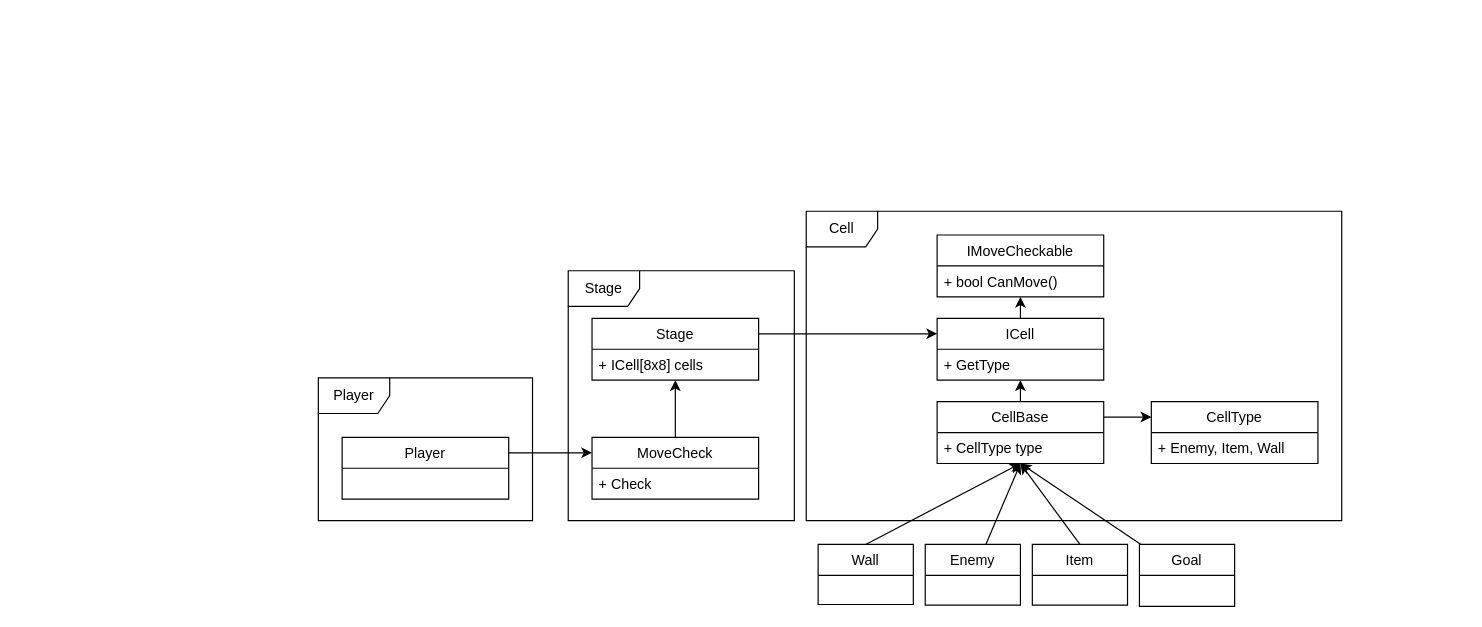
Above: Assets/Document~/設計.drawio in eorfeorf/GameTemplate (draw.io), before the change. Source tidied: cells renumbered, new cells numbered last; positions are measured from the earlier drawing's top-left corner, leaving out a move shared by most shapes. Both pictures are drawn from the tidied source at 119%, with x=0, y=0 at pixel (318, 211).
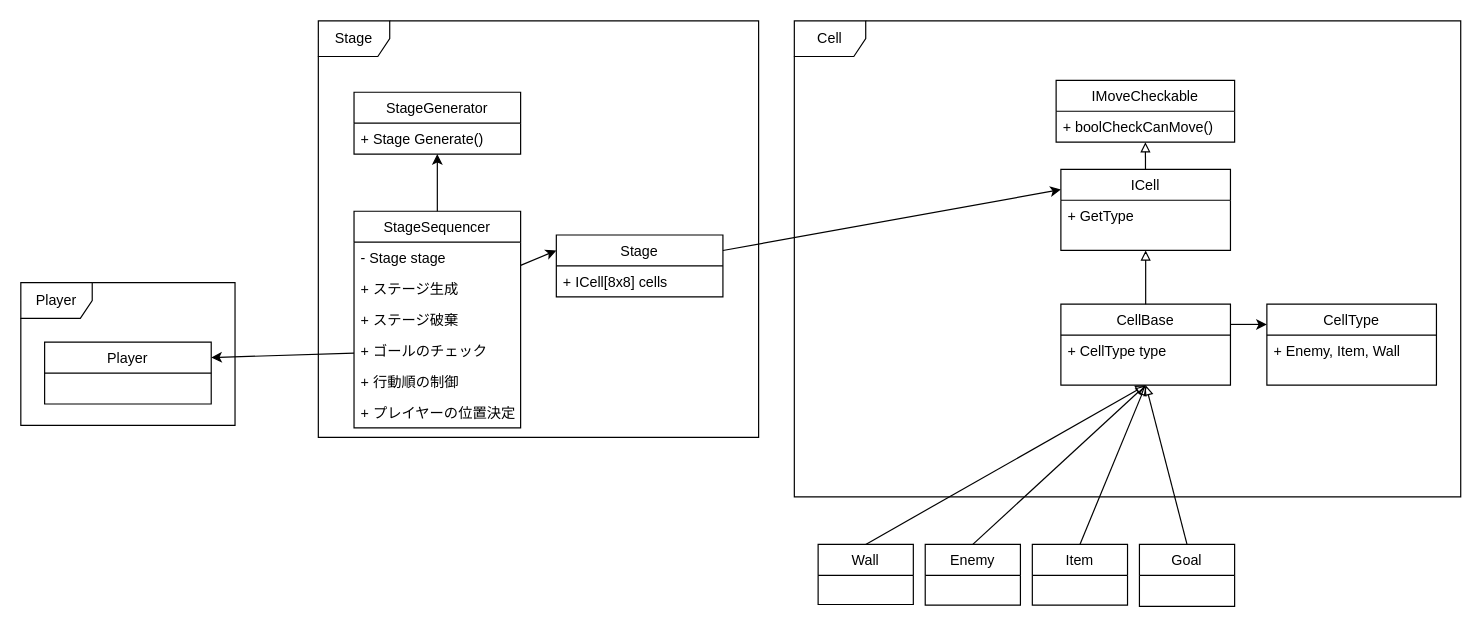
After the change.

Unchanged cells that the change refers to:
```xml
<mxCell id="8" value="+ ICell[8x8] cells" style="text;strokeColor=none;fillColor=none;align=left;verticalAlign=top;spacingLeft=4;spacingRight=4;overflow=hidden;points=[[0,0.5],[1,0.5]];portConstraint=eastwest;" parent="7" vertex="1">
  <mxGeometry y="26" width="140" height="26" as="geometry" />
</mxCell>
<mxCell id="10" value="Enemy" style="swimlane;fontStyle=0;horizontal=1;startSize=26;fillColor=none;" parent="1" vertex="1">
  <mxGeometry x="510" y="280" width="80" height="51" as="geometry" />
</mxCell>
<mxCell id="12" value="Wall" style="swimlane;fontStyle=0;horizontal=1;startSize=26;fillColor=none;" parent="1" vertex="1">
  <mxGeometry x="420" y="280" width="80" height="50.5" as="geometry" />
</mxCell>
<mxCell id="13" value="Item" style="swimlane;fontStyle=0;horizontal=1;startSize=26;fillColor=none;" parent="1" vertex="1">
  <mxGeometry x="600" y="280" width="80" height="51" as="geometry" />
</mxCell>
```

Change to the diagram source:
```diff
@@
-    <mxCell id="2" value="Cell" style="shape=umlFrame;whiteSpace=wrap;html=1;" parent="1" vertex="1">
-      <mxGeometry x="410" width="450" height="260" as="geometry" />
-    </mxCell>
-    <mxCell id="3" value="Player" style="shape=umlFrame;whiteSpace=wrap;html=1;" parent="1" vertex="1">
-      <mxGeometry y="140" width="180" height="120" as="geometry" />
-    </mxCell>
-    <mxCell id="4" style="edgeStyle=none;rounded=0;jettySize=auto;html=1;entryX=0;entryY=0.25;entryDx=0;entryDy=0;exitX=1;exitY=0.25;exitDx=0;exitDy=0;" parent="1" edge="1" source="5" target="27">
-      <mxGeometry relative="1" as="geometry" />
-    </mxCell>
-    <mxCell id="5" value="Player" style="swimlane;fontStyle=0;horizontal=1;startSize=26;fillColor=none;" parent="1" vertex="1">
-      <mxGeometry x="20" y="190" width="140" height="52" as="geometry" />
-    </mxCell>
+    <mxCell id="31" value="Stage" style="shape=umlFrame;whiteSpace=wrap;html=1;" parent="1" vertex="1">
+      <mxGeometry y="-160" width="370" height="350" as="geometry" />
+    </mxCell>
@@
     <mxCell id="7" value="Stage" style="swimlane;fontStyle=0;horizontal=1;startSize=26;fillColor=none;" parent="1" vertex="1">
-      <mxGeometry x="230" y="90" width="140" height="52" as="geometry" />
+      <mxGeometry x="200" y="20" width="140" height="52" as="geometry" />
     </mxCell>
@@
-    <mxCell id="9" style="edgeStyle=none;rounded=0;jettySize=auto;html=1;entryX=0.5;entryY=1;entryDx=0;entryDy=0;" parent="1" edge="1" source="10" target="18">
+    <mxCell id="9" style="edgeStyle=none;rounded=0;jettySize=auto;html=1;entryX=0.5;entryY=1;entryDx=0;entryDy=0;exitX=0.5;exitY=0;exitDx=0;exitDy=0;endArrow=block;endFill=0;" parent="1" edge="1" source="10" target="18">
       <mxGeometry relative="1" as="geometry" />
     </mxCell>
@@
-    <mxCell id="11" style="rounded=0;jettySize=auto;html=1;entryX=0.5;entryY=1;entryDx=0;entryDy=0;exitX=0.5;exitY=0;exitDx=0;exitDy=0;" parent="1" edge="1" source="12" target="18">
+    <mxCell id="11" style="rounded=0;jettySize=auto;html=1;entryX=0.5;entryY=1;entryDx=0;entryDy=0;exitX=0.5;exitY=0;exitDx=0;exitDy=0;endArrow=block;endFill=0;" parent="1" edge="1" source="12" target="18">
       <mxGeometry relative="1" as="geometry" />
     </mxCell>
@@
+    <mxCell id="22" style="edgeStyle=none;rounded=0;jettySize=auto;html=1;entryX=0.5;entryY=1;entryDx=0;entryDy=0;exitX=0.5;exitY=0;exitDx=0;exitDy=0;endArrow=block;endFill=0;" parent="1" edge="1" source="13" target="18">
+      <mxGeometry relative="1" as="geometry" />
+    </mxCell>
+    <mxCell id="29" style="edgeStyle=none;rounded=0;jettySize=auto;html=1;entryX=0.501;entryY=1.002;entryDx=0;entryDy=0;entryPerimeter=0;exitX=0.5;exitY=0;exitDx=0;exitDy=0;endArrow=block;endFill=0;" parent="1" edge="1" source="30" target="19">
+      <mxGeometry relative="1" as="geometry" />
+    </mxCell>
+    <mxCell id="30" value="Goal" style="swimlane;fontStyle=0;horizontal=1;startSize=26;fillColor=none;" parent="1" vertex="1">
+      <mxGeometry x="690" y="280" width="80" height="52" as="geometry" />
+    </mxCell>
+    <mxCell id="32" style="group;" parent="1" vertex="1">
+      <mxGeometry x="400" y="-100" width="560" height="340" as="geometry" />
+    </mxCell>
+    <mxCell id="2" value="Cell" style="shape=umlFrame;whiteSpace=wrap;html=1;" parent="32" vertex="1">
+      <mxGeometry y="-60" width="560" height="400" as="geometry" />
+    </mxCell>
-    <mxCell id="14" value="CellType" style="swimlane;fontStyle=0;horizontal=1;startSize=26;fillColor=none;" parent="1" vertex="1">
-      <mxGeometry x="700" y="160" width="140" height="52" as="geometry" />
+    <mxCell id="14" value="CellType" style="swimlane;fontStyle=0;horizontal=1;startSize=26;fillColor=none;" parent="32" vertex="1">
+      <mxGeometry x="397.1" y="178.1" width="142.5" height="68.1" as="geometry" />
     </mxCell>
-    <mxCell id="15" value="+ Enemy, Item, Wall" style="text;strokeColor=none;fillColor=none;align=left;verticalAlign=top;spacingLeft=4;spacingRight=4;overflow=hidden;" parent="14" vertex="1">
-      <mxGeometry y="26" width="140" height="26" as="geometry" />
-    </mxCell>
-    <mxCell id="16" style="edgeStyle=none;rounded=0;jettySize=auto;html=1;entryX=0.5;entryY=1;entryDx=0;entryDy=0;" parent="1" edge="1" source="18" target="24">
-      <mxGeometry relative="1" as="geometry" />
-    </mxCell>
-    <mxCell id="17" style="edgeStyle=none;rounded=0;jettySize=auto;html=1;entryX=0;entryY=0.25;entryDx=0;entryDy=0;exitX=1;exitY=0.25;exitDx=0;exitDy=0;" parent="1" edge="1" source="18" target="14">
+    <mxCell id="17" style="edgeStyle=none;rounded=0;jettySize=auto;html=1;entryX=0;entryY=0.25;entryDx=0;entryDy=0;exitX=1;exitY=0.25;exitDx=0;exitDy=0;" parent="32" edge="1" source="18" target="14">
       <mxGeometry relative="1" as="geometry" />
     </mxCell>
-    <mxCell id="18" value="CellBase" style="swimlane;fontStyle=0;horizontal=1;startSize=26;fillColor=none;" parent="1" vertex="1">
-      <mxGeometry x="520" y="160" width="140" height="52" as="geometry" />
+    <mxCell id="18" value="CellBase" style="swimlane;fontStyle=0;horizontal=1;startSize=26;fillColor=none;" parent="32" vertex="1">
+      <mxGeometry x="224" y="178.1" width="142.5" height="68.1" as="geometry" />
     </mxCell>
+    <mxCell id="24" value="ICell" style="swimlane;fontStyle=0;horizontal=1;startSize=26;fillColor=none;" parent="32" vertex="1">
+      <mxGeometry x="224" y="64.8" width="142.5" height="68.1" as="geometry" />
+    </mxCell>
+    <mxCell id="16" style="edgeStyle=none;rounded=0;jettySize=auto;html=1;entryX=0.5;entryY=1;entryDx=0;entryDy=0;endArrow=block;endFill=0;" parent="32" edge="1" source="18" target="24">
+      <mxGeometry relative="1" as="geometry" />
+    </mxCell>
+    <mxCell id="25" value="+ GetType" style="text;strokeColor=none;fillColor=none;align=left;verticalAlign=top;spacingLeft=4;spacingRight=4;overflow=hidden;" parent="32" vertex="1">
+      <mxGeometry x="224" y="90.8" width="142.5" height="42.1" as="geometry" />
+    </mxCell>
-    <mxCell id="19" value="+ CellType type" style="text;strokeColor=none;fillColor=none;align=left;verticalAlign=top;spacingLeft=4;spacingRight=4;overflow=hidden;points=[[0,0.5],[1,0.5]];portConstraint=eastwest;" parent="18" vertex="1">
-      <mxGeometry y="26" width="140" height="26" as="geometry" />
+    <mxCell id="19" value="+ CellType type" style="text;strokeColor=none;fillColor=none;align=left;verticalAlign=top;spacingLeft=4;spacingRight=4;overflow=hidden;points=[[0,0.5],[1,0.5]];portConstraint=eastwest;" parent="32" vertex="1">
+      <mxGeometry x="224" y="204.1" width="142.5" height="42.1" as="geometry" />
     </mxCell>
+    <mxCell id="15" value="+ Enemy, Item, Wall" style="text;strokeColor=none;fillColor=none;align=left;verticalAlign=top;spacingLeft=4;spacingRight=4;overflow=hidden;" parent="32" vertex="1">
+      <mxGeometry x="397.1" y="204.1" width="142.5" height="42.1" as="geometry" />
+    </mxCell>
+    <mxCell id="33" value="StageGenerator" style="swimlane;fontStyle=0;horizontal=1;startSize=26;fillColor=none;" parent="1" vertex="1">
+      <mxGeometry x="30" y="-100" width="140" height="52" as="geometry" />
+    </mxCell>
+    <mxCell id="34" value="+ Stage Generate()" style="text;strokeColor=none;fillColor=none;align=left;verticalAlign=top;spacingLeft=4;spacingRight=4;overflow=hidden;points=[[0,0.5],[1,0.5]];portConstraint=eastwest;" parent="33" vertex="1">
+      <mxGeometry y="26" width="140" height="26" as="geometry" />
+    </mxCell>
+    <mxCell id="35" style="group;" parent="1" vertex="1">
+      <mxGeometry x="-250" y="60" width="180" height="120" as="geometry" />
+    </mxCell>
+    <mxCell id="3" value="Player" style="shape=umlFrame;whiteSpace=wrap;html=1;" parent="35" vertex="1">
+      <mxGeometry width="180" height="120" as="geometry" />
+    </mxCell>
+    <mxCell id="5" value="Player" style="swimlane;fontStyle=0;horizontal=1;startSize=26;fillColor=none;" parent="35" vertex="1">
+      <mxGeometry x="20" y="50" width="140" height="52" as="geometry" />
+    </mxCell>
+    <mxCell id="36" style="edgeStyle=none;rounded=0;jettySize=auto;html=1;endArrow=classic;endFill=1;" parent="1" edge="1" source="37" target="34">
+      <mxGeometry relative="1" as="geometry" />
+    </mxCell>
+    <mxCell id="37" value="StageSequencer" style="swimlane;fontStyle=0;horizontal=1;startSize=26;fillColor=none;" parent="1" vertex="1">
+      <mxGeometry x="30" width="140" height="182" as="geometry" />
+    </mxCell>
+    <mxCell id="38" value="- Stage stage" style="text;strokeColor=none;fillColor=none;align=left;verticalAlign=top;spacingLeft=4;spacingRight=4;overflow=hidden;" parent="37" vertex="1">
+      <mxGeometry y="26" width="140" height="26" as="geometry" />
+    </mxCell>
+    <mxCell id="39" value="+ ステージ生成" style="text;strokeColor=none;fillColor=none;align=left;verticalAlign=top;spacingLeft=4;spacingRight=4;overflow=hidden;" parent="37" vertex="1">
+      <mxGeometry y="52" width="140" height="26" as="geometry" />
+    </mxCell>
+    <mxCell id="40" value="+ ステージ破棄" style="text;strokeColor=none;fillColor=none;align=left;verticalAlign=top;spacingLeft=4;spacingRight=4;overflow=hidden;" parent="37" vertex="1">
+      <mxGeometry y="78" width="140" height="26" as="geometry" />
+    </mxCell>
+    <mxCell id="41" value="+ ゴールのチェック" style="text;strokeColor=none;fillColor=none;align=left;verticalAlign=top;spacingLeft=4;spacingRight=4;overflow=hidden;points=[[0,0.5],[1,0.5]];portConstraint=eastwest;" parent="37" vertex="1">
+      <mxGeometry y="104" width="140" height="26" as="geometry" />
+    </mxCell>
+    <mxCell id="42" value="+ 行動順の制御" style="text;strokeColor=none;fillColor=none;align=left;verticalAlign=top;spacingLeft=4;spacingRight=4;overflow=hidden;" parent="37" vertex="1">
+      <mxGeometry y="130" width="140" height="26" as="geometry" />
+    </mxCell>
+    <mxCell id="43" value="+ プレイヤーの位置決定" style="text;strokeColor=none;fillColor=none;align=left;verticalAlign=top;spacingLeft=4;spacingRight=4;overflow=hidden;" parent="37" vertex="1">
+      <mxGeometry y="156" width="140" height="26" as="geometry" />
+    </mxCell>
+    <mxCell id="44" style="edgeStyle=none;rounded=0;jettySize=auto;html=1;entryX=0;entryY=0.25;entryDx=0;entryDy=0;endArrow=classic;endFill=1;exitX=1;exitY=0.25;exitDx=0;exitDy=0;" parent="1" edge="1" source="37" target="7">
+      <mxGeometry relative="1" as="geometry" />
+    </mxCell>
+    <mxCell id="45" style="edgeStyle=none;rounded=0;jettySize=auto;html=1;entryX=1;entryY=0.25;entryDx=0;entryDy=0;endArrow=classic;endFill=1;" parent="1" edge="1" source="41" target="5">
+      <mxGeometry relative="1" as="geometry" />
+    </mxCell>
     <mxCell id="20" value="IMoveCheckable" style="swimlane;fontStyle=0;horizontal=1;startSize=26;fillColor=none;" parent="1" vertex="1">
-      <mxGeometry x="520" y="20" width="140" height="52" as="geometry" />
+      <mxGeometry x="620" y="-110" width="150" height="52" as="geometry" />
     </mxCell>
-    <mxCell id="21" value="+ bool CanMove()" style="text;strokeColor=none;fillColor=none;align=left;verticalAlign=top;spacingLeft=4;spacingRight=4;overflow=hidden;points=[[0,0.5],[1,0.5]];portConstraint=eastwest;" parent="20" vertex="1">
-      <mxGeometry y="26" width="140" height="26" as="geometry" />
+    <mxCell id="21" value="+ boolCheckCanMove()" style="text;strokeColor=none;fillColor=none;align=left;verticalAlign=top;spacingLeft=4;spacingRight=4;overflow=hidden;points=[[0,0.5],[1,0.5]];portConstraint=eastwest;" parent="20" vertex="1">
+      <mxGeometry y="26" width="150" height="26" as="geometry" />
     </mxCell>
-    <mxCell id="22" style="edgeStyle=none;rounded=0;jettySize=auto;html=1;entryX=0.5;entryY=1;entryDx=0;entryDy=0;exitX=0.5;exitY=0;exitDx=0;exitDy=0;" parent="1" edge="1" source="13" target="18">
-      <mxGeometry relative="1" as="geometry" />
-    </mxCell>
-    <mxCell id="23" style="edgeStyle=none;rounded=0;jettySize=auto;html=1;" parent="1" edge="1" source="24" target="21">
-      <mxGeometry relative="1" as="geometry" />
-    </mxCell>
-    <mxCell id="24" value="ICell" style="swimlane;fontStyle=0;horizontal=1;startSize=26;fillColor=none;" parent="1" vertex="1">
-      <mxGeometry x="520" y="90" width="140" height="52" as="geometry" />
-    </mxCell>
-    <mxCell id="25" value="+ GetType" style="text;strokeColor=none;fillColor=none;align=left;verticalAlign=top;spacingLeft=4;spacingRight=4;overflow=hidden;" parent="24" vertex="1">
-      <mxGeometry y="26" width="140" height="26" as="geometry" />
-    </mxCell>
-    <mxCell id="26" style="edgeStyle=none;rounded=0;jettySize=auto;html=1;" parent="1" edge="1" source="27" target="8">
-      <mxGeometry relative="1" as="geometry" />
-    </mxCell>
-    <mxCell id="27" value="MoveCheck" style="swimlane;fontStyle=0;horizontal=1;startSize=26;fillColor=none;" parent="1" vertex="1">
-      <mxGeometry x="230" y="190" width="140" height="52" as="geometry" />
-    </mxCell>
-    <mxCell id="28" value="+ Check" style="text;strokeColor=none;fillColor=none;align=left;verticalAlign=top;spacingLeft=4;spacingRight=4;overflow=hidden;" parent="27" vertex="1">
-      <mxGeometry y="26" width="140" height="26" as="geometry" />
-    </mxCell>
-    <mxCell id="29" style="edgeStyle=none;rounded=0;jettySize=auto;html=1;entryX=0.501;entryY=1.002;entryDx=0;entryDy=0;entryPerimeter=0;" parent="1" edge="1" source="30" target="19">
-      <mxGeometry relative="1" as="geometry" />
-    </mxCell>
-    <mxCell id="30" value="Goal" style="swimlane;fontStyle=0;horizontal=1;startSize=26;fillColor=none;" parent="1" vertex="1">
-      <mxGeometry x="690" y="280" width="80" height="52" as="geometry" />
-    </mxCell>
-    <mxCell id="31" value="Stage" style="shape=umlFrame;whiteSpace=wrap;html=1;" parent="1" vertex="1">
-      <mxGeometry x="210" y="50" width="190" height="210" as="geometry" />
-    </mxCell>
+    <mxCell id="46" style="edgeStyle=none;rounded=0;jettySize=auto;html=1;entryX=0.5;entryY=1;entryDx=0;entryDy=0;endArrow=block;endFill=0;" parent="1" edge="1" source="24" target="20">
+      <mxGeometry relative="1" as="geometry" />
+    </mxCell>
```
